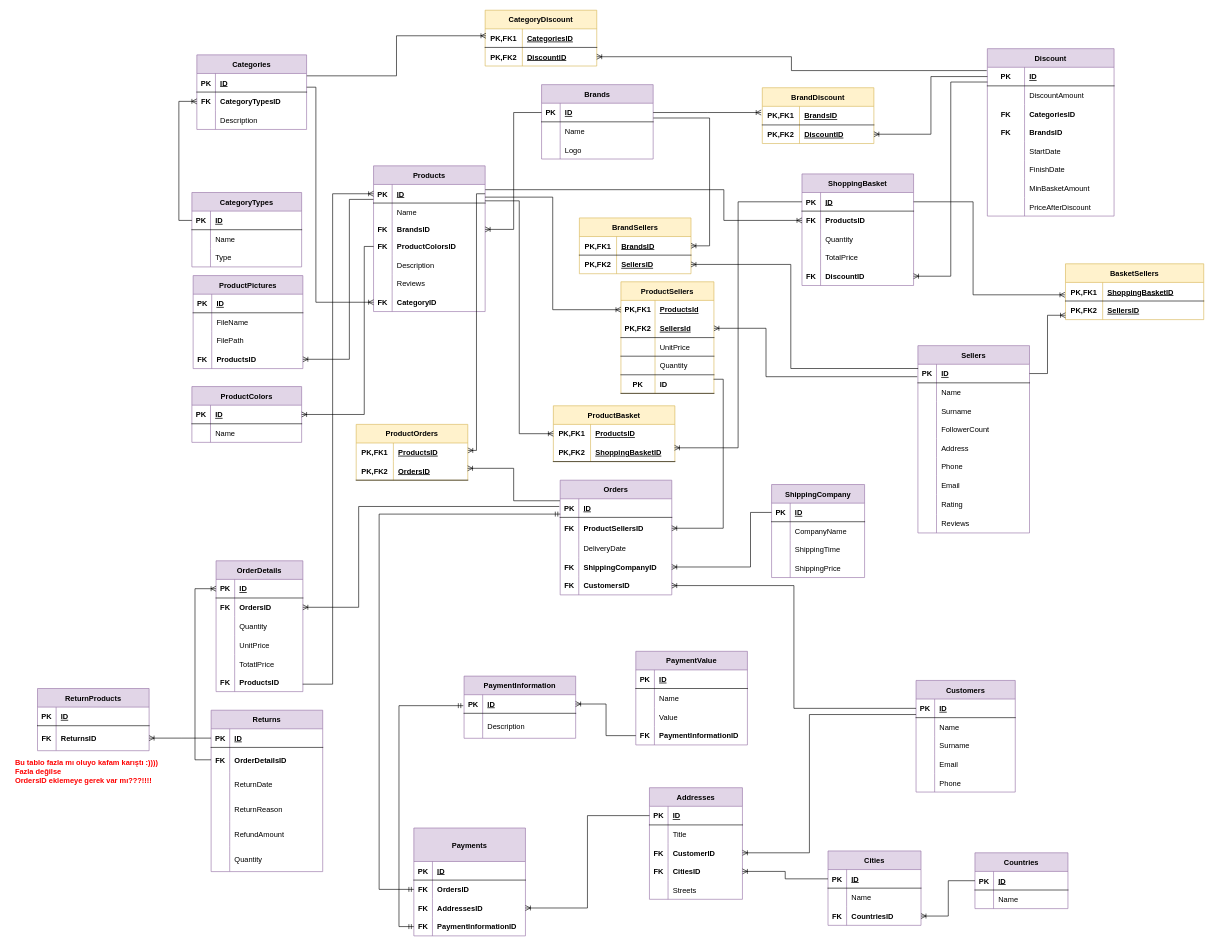
Before: Son.drawio in HandeYetisen/Python, a draw.io diagram. Source tidied: cells renumbered, new cells numbered last; positions are measured from the earlier drawing's top-left corner, leaving out a move shared by most shapes. Both pictures are drawn from the tidied source at 62%, with x=0, y=0 at pixel (10, 10).
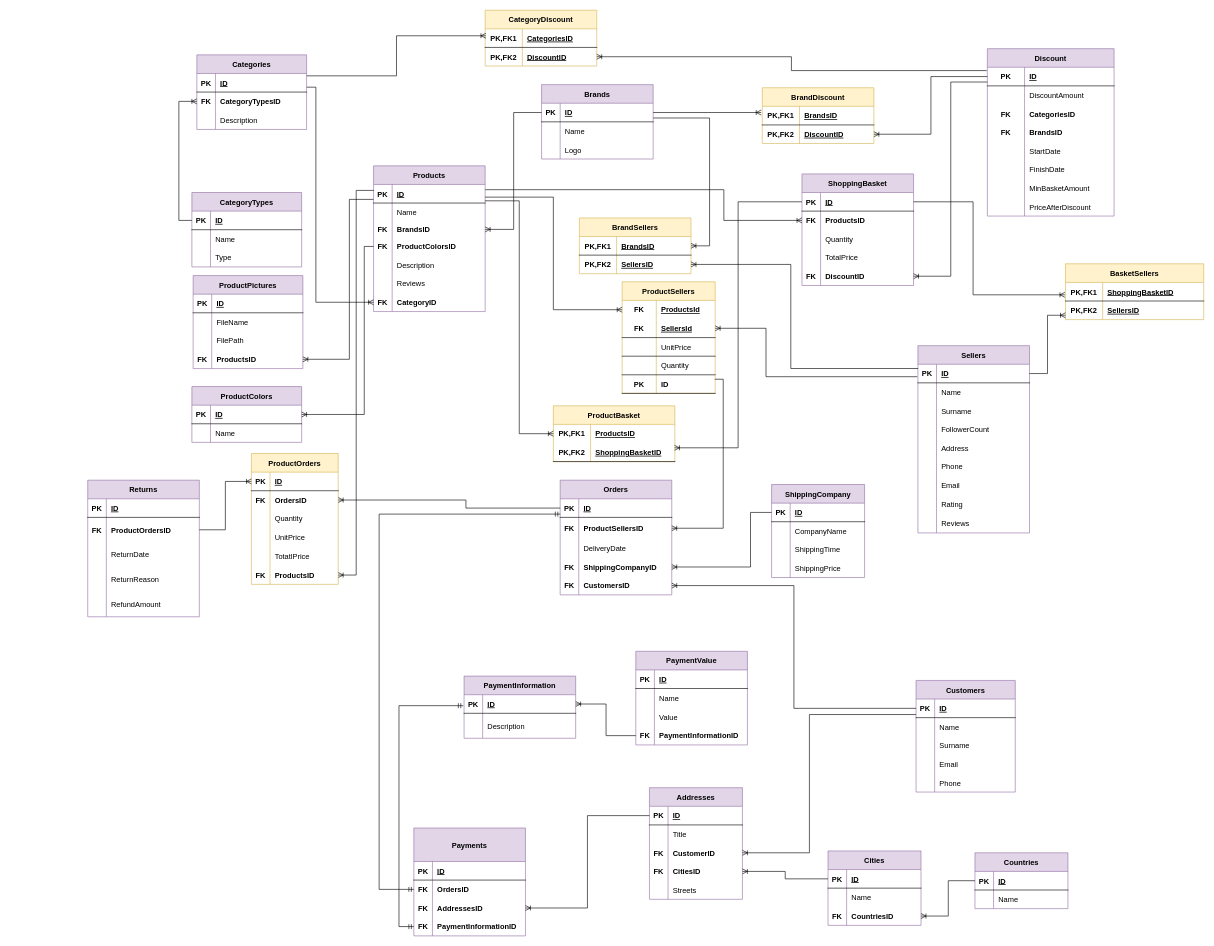
After the change.

The change refers to these unchanged cells:
```xml
<mxCell id="3" style="shape=tableRow;horizontal=0;startSize=0;swimlaneHead=0;swimlaneBody=0;fillColor=none;points=[[0,0.5],[1,0.5]];portConstraint=eastwest;top=0;left=0;right=0;bottom=1;" parent="2" vertex="1">
  <mxGeometry y="30" width="180" height="30" as="geometry" />
</mxCell>
<mxCell id="68" style="shape=tableRow;horizontal=0;startSize=0;swimlaneHead=0;swimlaneBody=0;fillColor=none;points=[[0,0.5],[1,0.5]];portConstraint=eastwest;top=0;left=0;right=0;bottom=1;" parent="67" vertex="1">
  <mxGeometry y="30" width="180" height="30" as="geometry" />
</mxCell>
<mxCell id="160" style="shape=tableRow;horizontal=0;startSize=0;swimlaneHead=0;swimlaneBody=0;fillColor=none;points=[[0,0.5],[1,0.5]];portConstraint=eastwest;top=0;left=0;right=0;bottom=0;" parent="159" vertex="1">
  <mxGeometry y="30" width="150" height="30" as="geometry" />
</mxCell>
<mxCell id="163" style="shape=tableRow;horizontal=0;startSize=0;swimlaneHead=0;swimlaneBody=0;fillColor=none;points=[[0,0.5],[1,0.5]];portConstraint=eastwest;top=0;left=0;right=0;bottom=1;" parent="159" vertex="1">
  <mxGeometry y="60" width="150" height="30" as="geometry" />
</mxCell>
<mxCell id="189" style="shape=tableRow;horizontal=0;startSize=0;swimlaneHead=0;swimlaneBody=0;fillColor=none;points=[[0,0.5],[1,0.5]];portConstraint=eastwest;top=0;left=0;right=0;bottom=1;" parent="188" vertex="1">
  <mxGeometry y="30" width="140" height="30" as="geometry" />
</mxCell>
<mxCell id="192" style="shape=tableRow;horizontal=0;startSize=0;swimlaneHead=0;swimlaneBody=0;fillColor=none;points=[[0,0.5],[1,0.5]];portConstraint=eastwest;top=0;left=0;right=0;bottom=0;" parent="188" vertex="1">
  <mxGeometry y="60" width="140" height="30" as="geometry" />
</mxCell>
<mxCell id="204" style="shape=tableRow;horizontal=0;startSize=0;swimlaneHead=0;swimlaneBody=0;fillColor=none;points=[[0,0.5],[1,0.5]];portConstraint=eastwest;top=0;left=0;right=0;bottom=0;" parent="188" vertex="1">
  <mxGeometry y="181" width="140" height="30" as="geometry" />
</mxCell>
<mxCell id="368" style="shape=tableRow;horizontal=0;startSize=0;swimlaneHead=0;swimlaneBody=0;fillColor=none;points=[[0,0.5],[1,0.5]];portConstraint=eastwest;top=0;left=0;right=0;bottom=1;" parent="367" vertex="1">
  <mxGeometry y="30" width="180" height="30" as="geometry" />
</mxCell>
<mxCell id="371" style="shape=tableRow;horizontal=0;startSize=0;swimlaneHead=0;swimlaneBody=0;fillColor=none;points=[[0,0.5],[1,0.5]];portConstraint=eastwest;top=0;left=0;right=0;bottom=0;" parent="367" vertex="1">
  <mxGeometry y="60" width="180" height="40" as="geometry" />
</mxCell>
```

What changed in the source:
```diff
@@
     <mxCell id="159" value="ProductSellers" style="shape=table;startSize=30;childLayout=tableLayout;rowLines=0;fontStyle=1;align=center;fillColor=#fff2cc;strokeColor=#d6b656;" parent="1" vertex="1">
-      <mxGeometry x="985" y="438" width="150" height="180" as="geometry" />
+      <mxGeometry x="987" y="438" width="150" height="180" as="geometry" />
     </mxCell>
@@
-    <mxCell id="161" value="PK,FK1" style="shape=partialRectangle;fillColor=none;top=0;left=0;bottom=0;right=0;fontStyle=1;overflow=hidden;" parent="160" vertex="1">
+    <mxCell id="161" value="FK" style="shape=partialRectangle;fillColor=none;top=0;left=0;bottom=0;right=0;fontStyle=1;overflow=hidden;" parent="160" vertex="1">
       <mxGeometry width="55" height="30" as="geometry" />
     </mxCell>
@@
-    <mxCell id="164" value="PK,FK2" style="shape=partialRectangle;fillColor=none;top=0;left=0;bottom=0;right=0;fontStyle=1;overflow=hidden;" parent="163" vertex="1">
+    <mxCell id="164" value="FK" style="shape=partialRectangle;fillColor=none;top=0;left=0;bottom=0;right=0;fontStyle=1;overflow=hidden;" parent="163" vertex="1">
       <mxGeometry width="55" height="30" as="geometry" />
     </mxCell>
@@
-    <mxCell id="188" value="OrderDetails" style="shape=table;startSize=30;childLayout=tableLayout;rowLines=0;fontStyle=1;align=center;fillColor=#e1d5e7;strokeColor=#9673a6;" parent="1" vertex="1">
-      <mxGeometry x="332" y="888" width="140" height="211" as="geometry" />
+    <mxCell id="188" value="ProductOrders" style="shape=table;startSize=30;childLayout=tableLayout;rowLines=0;fontStyle=1;align=center;fillColor=#fff2cc;strokeColor=#d6b656;" parent="1" vertex="1">
+      <mxGeometry x="389" y="715" width="140" height="211" as="geometry" />
     </mxCell>
@@
-    <mxCell id="234" style="edgeStyle=elbowEdgeStyle;fontSize=12;html=1;endArrow=ERoneToMany;rounded=0;fontColor=#0000FF;exitX=1;exitY=0.5;exitDx=0;exitDy=0;entryX=1;entryY=0.4;entryDx=0;entryDy=0;entryPerimeter=0;" parent="1" edge="1" source="3" target="236">
-      <mxGeometry relative="1" as="geometry" />
-    </mxCell>
-    <mxCell id="235" value="ProductOrders" style="shape=table;startSize=30;childLayout=tableLayout;rowLines=0;fontStyle=1;align=center;fillColor=#fff2cc;strokeColor=#d6b656;" parent="1" vertex="1">
-      <mxGeometry x="558" y="668" width="180" height="90" as="geometry" />
-    </mxCell>
-    <mxCell id="236" style="shape=tableRow;horizontal=0;startSize=0;swimlaneHead=0;swimlaneBody=0;fillColor=none;points=[[0,0.5],[1,0.5]];portConstraint=eastwest;top=0;left=0;right=0;bottom=0;fontColor=#0000FF;" parent="235" vertex="1">
-      <mxGeometry y="30" width="180" height="30" as="geometry" />
-    </mxCell>
-    <mxCell id="237" value="PK,FK1" style="shape=partialRectangle;fillColor=none;top=0;left=0;bottom=0;right=0;fontStyle=1;overflow=hidden;fontColor=#000000;" parent="236" vertex="1">
-      <mxGeometry width="60" height="30" as="geometry" />
-    </mxCell>
-    <mxCell id="238" value="ProductsID" style="shape=partialRectangle;fillColor=none;top=0;left=0;bottom=0;right=0;align=left;spacingLeft=6;fontStyle=5;overflow=hidden;fontColor=#000000;" parent="236" vertex="1">
-      <mxGeometry x="60" width="120" height="30" as="geometry" />
-    </mxCell>
-    <mxCell id="239" style="shape=tableRow;horizontal=0;startSize=0;swimlaneHead=0;swimlaneBody=0;fillColor=none;points=[[0,0.5],[1,0.5]];portConstraint=eastwest;top=0;left=0;right=0;bottom=1;fontColor=#0000FF;" parent="235" vertex="1">
-      <mxGeometry y="60" width="180" height="30" as="geometry" />
-    </mxCell>
-    <mxCell id="240" value="PK,FK2" style="shape=partialRectangle;fillColor=none;top=0;left=0;bottom=0;right=0;fontStyle=1;overflow=hidden;fontColor=#000000;" parent="239" vertex="1">
-      <mxGeometry width="60" height="30" as="geometry" />
-    </mxCell>
-    <mxCell id="241" value="OrdersID" style="shape=partialRectangle;fillColor=none;top=0;left=0;bottom=0;right=0;align=left;spacingLeft=6;fontStyle=5;overflow=hidden;fontColor=#000000;" parent="239" vertex="1">
-      <mxGeometry x="60" width="120" height="30" as="geometry" />
-    </mxCell>
-    <mxCell id="242" style="edgeStyle=elbowEdgeStyle;fontSize=12;html=1;endArrow=ERoneToMany;rounded=0;fontColor=#000000;exitX=-0.002;exitY=0.106;exitDx=0;exitDy=0;exitPerimeter=0;entryX=0.998;entryY=0.362;entryDx=0;entryDy=0;entryPerimeter=0;" parent="1" edge="1" source="68" target="239">
-      <mxGeometry relative="1" as="geometry" />
+    <mxCell id="242" style="edgeStyle=elbowEdgeStyle;fontSize=12;html=1;endArrow=ERoneToMany;rounded=0;fontColor=#000000;exitX=0;exitY=0.5;exitDx=0;exitDy=0;entryX=1;entryY=0.5;entryDx=0;entryDy=0;" parent="1" edge="1" source="68" target="192">
+      <mxGeometry relative="1" as="geometry">
+        <Array as="points">
+          <mxPoint x="735" y="791" />
+        </Array>
+      </mxGeometry>
     </mxCell>
@@
-    <mxCell id="246" style="edgeStyle=elbowEdgeStyle;fontSize=12;html=1;endArrow=ERoneToMany;rounded=0;fontColor=#000000;entryX=1;entryY=0.5;entryDx=0;entryDy=0;exitX=-0.008;exitY=0.413;exitDx=0;exitDy=0;exitPerimeter=0;" parent="1" edge="1" source="68" target="192">
-      <mxGeometry relative="1" as="geometry">
-        <Array as="points">
-          <mxPoint x="562" y="879" />
-        </Array>
-      </mxGeometry>
-    </mxCell>
@@
-    <mxCell id="248" style="edgeStyle=elbowEdgeStyle;fontSize=12;html=1;endArrow=ERoneToMany;rounded=0;fontColor=#000000;entryX=0;entryY=0.5;entryDx=0;entryDy=0;exitX=0.998;exitY=0.6;exitDx=0;exitDy=0;exitPerimeter=0;" parent="1" edge="1" source="204" target="3">
-      <mxGeometry relative="1" as="geometry">
-        <Array as="points">
-          <mxPoint x="520" y="723" />
-          <mxPoint x="520" y="698" />
-          <mxPoint x="512" y="868" />
-        </Array>
-      </mxGeometry>
-    </mxCell>
@@
     <mxCell id="367" value="Returns" style="shape=table;startSize=30;childLayout=tableLayout;rowLines=0;fontStyle=1;align=center;fillColor=#e1d5e7;strokeColor=#9673a6;" parent="1" vertex="1">
-      <mxGeometry x="324" y="1129" width="180" height="260.3" as="geometry" />
+      <mxGeometry x="125" y="758" width="180" height="220.3" as="geometry" />
     </mxCell>
@@
-    <mxCell id="373" value="OrderDetailsID" style="shape=partialRectangle;fillColor=none;top=0;left=0;bottom=0;right=0;align=left;spacingLeft=6;overflow=hidden;fontStyle=1;fontColor=#000000;" parent="371" vertex="1">
+    <mxCell id="373" value="ProductOrdersID" style="shape=partialRectangle;fillColor=none;top=0;left=0;bottom=0;right=0;align=left;spacingLeft=6;overflow=hidden;fontStyle=1;fontColor=#000000;" parent="371" vertex="1">
       <mxGeometry x="30" width="150" height="40" as="geometry" />
     </mxCell>
@@
-    <mxCell id="383" style="shape=tableRow;horizontal=0;startSize=0;swimlaneHead=0;swimlaneBody=0;fillColor=none;top=0;left=0;right=0;bottom=0;" parent="367" vertex="1">
-      <mxGeometry y="220" width="180" height="40" as="geometry" />
-    </mxCell>
-    <mxCell id="384" style="shape=partialRectangle;fillColor=none;top=0;left=0;bottom=0;right=0;overflow=hidden;fontStyle=1;" parent="383" vertex="1">
-      <mxGeometry width="30" height="40" as="geometry" />
-    </mxCell>
-    <mxCell id="385" value="Quantity" style="shape=partialRectangle;fillColor=none;top=0;left=0;bottom=0;right=0;align=left;spacingLeft=6;overflow=hidden;fontStyle=0;" parent="383" vertex="1">
-      <mxGeometry x="30" width="150" height="40" as="geometry" />
-    </mxCell>
+    <mxCell id="234" style="edgeStyle=elbowEdgeStyle;fontSize=12;html=1;endArrow=ERoneToMany;rounded=0;fontColor=#0000FF;exitX=0.003;exitY=0.321;exitDx=0;exitDy=0;entryX=1;entryY=0.5;entryDx=0;entryDy=0;exitPerimeter=0;" parent="1" edge="1" source="3" target="204">
+      <mxGeometry relative="1" as="geometry" />
+    </mxCell>
-    <mxCell id="386" style="edgeStyle=elbowEdgeStyle;fontSize=12;html=1;endArrow=ERoneToMany;rounded=0;exitX=0;exitY=0.5;exitDx=0;exitDy=0;entryX=0;entryY=0.5;entryDx=0;entryDy=0;" parent="1" edge="1" source="371" target="189">
-      <mxGeometry relative="1" as="geometry">
-        <Array as="points">
-          <mxPoint x="298" y="1111" />
-        </Array>
-      </mxGeometry>
+    <mxCell id="386" style="edgeStyle=elbowEdgeStyle;fontSize=12;html=1;endArrow=ERoneToMany;rounded=0;entryX=0;entryY=0.5;entryDx=0;entryDy=0;" parent="1" edge="1" source="371" target="189">
+      <mxGeometry relative="1" as="geometry" />
     </mxCell>
-    <mxCell id="387" value="ReturnProducts" style="shape=table;startSize=30;childLayout=tableLayout;rowLines=0;fontStyle=1;align=center;fillColor=#e1d5e7;strokeColor=#9673a6;" parent="1" vertex="1">
-      <mxGeometry x="44" y="1094" width="180" height="100.3" as="geometry" />
-    </mxCell>
-    <mxCell id="388" style="shape=tableRow;horizontal=0;startSize=0;swimlaneHead=0;swimlaneBody=0;fillColor=none;top=0;left=0;right=0;bottom=1;" parent="387" vertex="1">
-      <mxGeometry y="30" width="180" height="30" as="geometry" />
-    </mxCell>
-    <mxCell id="389" value="PK" style="shape=partialRectangle;fillColor=none;top=0;left=0;bottom=0;right=0;fontStyle=1;overflow=hidden;" parent="388" vertex="1">
-      <mxGeometry width="30" height="30" as="geometry" />
-    </mxCell>
-    <mxCell id="390" value="ID" style="shape=partialRectangle;fillColor=none;top=0;left=0;bottom=0;right=0;align=left;spacingLeft=6;fontStyle=5;overflow=hidden;" parent="388" vertex="1">
-      <mxGeometry x="30" width="150" height="30" as="geometry" />
-    </mxCell>
-    <mxCell id="391" style="shape=tableRow;horizontal=0;startSize=0;swimlaneHead=0;swimlaneBody=0;fillColor=none;points=[[0,0.5],[1,0.5]];portConstraint=eastwest;top=0;left=0;right=0;bottom=0;" parent="387" vertex="1">
-      <mxGeometry y="60" width="180" height="40" as="geometry" />
-    </mxCell>
-    <mxCell id="392" value="FK" style="shape=partialRectangle;fillColor=none;top=0;left=0;bottom=0;right=0;overflow=hidden;fontStyle=1;" parent="391" vertex="1">
-      <mxGeometry width="30" height="40" as="geometry" />
-    </mxCell>
-    <mxCell id="393" value="ReturnsID" style="shape=partialRectangle;fillColor=none;top=0;left=0;bottom=0;right=0;align=left;spacingLeft=6;overflow=hidden;fontStyle=1;" parent="391" vertex="1">
-      <mxGeometry x="30" width="150" height="40" as="geometry" />
-    </mxCell>
-    <mxCell id="394" style="edgeStyle=elbowEdgeStyle;fontSize=12;html=1;endArrow=ERoneToMany;rounded=0;exitX=0;exitY=0.5;exitDx=0;exitDy=0;entryX=1;entryY=0.5;entryDx=0;entryDy=0;" parent="1" edge="1" source="368" target="391">
-      <mxGeometry relative="1" as="geometry">
-        <Array as="points">
-          <mxPoint x="277" y="1181" />
-        </Array>
-      </mxGeometry>
-    </mxCell>
-    <mxCell id="395" value="Bu tablo fazla mı oluyo kafam karıştı :))))&#10;Fazla değilse&#10;OrdersID eklemeye gerek var mı???!!!! " style="shape=partialRectangle;fillColor=none;top=0;left=0;bottom=0;right=0;align=left;spacingLeft=6;overflow=hidden;fontStyle=1;fontColor=#FF0000;" parent="1" vertex="1">
-      <mxGeometry y="1194" width="242" height="67" as="geometry" />
-    </mxCell>
```
